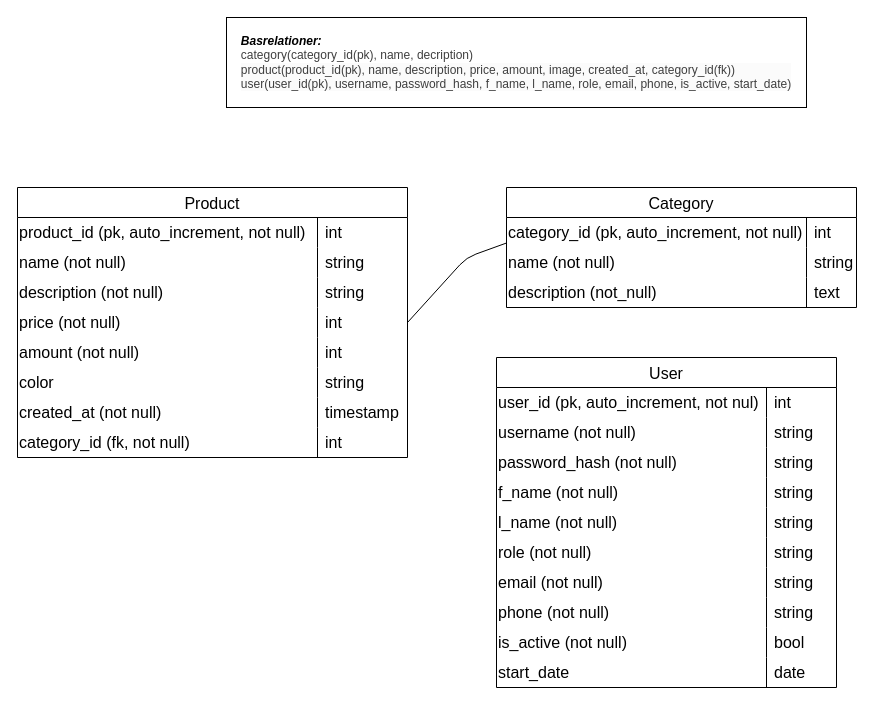
Above: er-diagram.drawio in gustafsson96/project-dt193g-backend (draw.io), before the change. Source tidied: cells renumbered, new cells numbered last; positions are measured from the earlier drawing's top-left corner, leaving out a move shared by most shapes. Both pictures are drawn from the tidied source at 100%, with x=0, y=0 at pixel (17, 17).
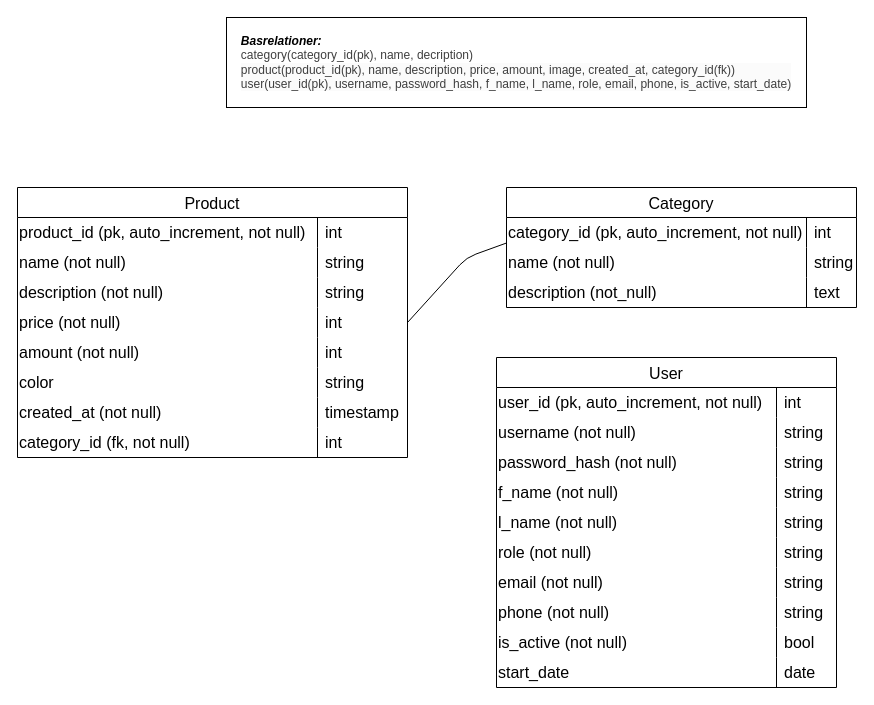
Above is the later version.

Commit message:
Fix typo in ER diagram

Unchanged cells that the change refers to:
```xml
<mxCell id="38" style="shape=tableRow;horizontal=0;startSize=0;swimlaneHead=0;swimlaneBody=0;top=0;left=0;bottom=0;right=0;fillColor=none;strokeColor=inherit;fontSize=16;" parent="37" vertex="1">
  <mxGeometry y="30" width="340" height="30" as="geometry" />
</mxCell>
<mxCell id="41" style="shape=tableRow;horizontal=0;startSize=0;swimlaneHead=0;swimlaneBody=0;top=0;left=0;bottom=0;right=0;fillColor=none;strokeColor=inherit;fontSize=16;" parent="37" vertex="1">
  <mxGeometry y="60" width="340" height="30" as="geometry" />
</mxCell>
<mxCell id="44" style="shape=tableRow;horizontal=0;startSize=0;swimlaneHead=0;swimlaneBody=0;top=0;left=0;bottom=0;right=0;fillColor=none;strokeColor=inherit;fontSize=16;" parent="37" vertex="1">
  <mxGeometry y="90" width="340" height="30" as="geometry" />
</mxCell>
<mxCell id="47" style="shape=tableRow;horizontal=0;startSize=0;swimlaneHead=0;swimlaneBody=0;top=0;left=0;bottom=0;right=0;fillColor=none;strokeColor=inherit;fontSize=16;" parent="37" vertex="1">
  <mxGeometry y="120" width="340" height="30" as="geometry" />
</mxCell>
<mxCell id="50" style="shape=tableRow;horizontal=0;startSize=0;swimlaneHead=0;swimlaneBody=0;top=0;left=0;bottom=0;right=0;fillColor=none;strokeColor=inherit;fontSize=16;" parent="37" vertex="1">
  <mxGeometry y="150" width="340" height="30" as="geometry" />
</mxCell>
<mxCell id="53" style="shape=tableRow;horizontal=0;startSize=0;swimlaneHead=0;swimlaneBody=0;top=0;left=0;bottom=0;right=0;fillColor=none;strokeColor=inherit;fontSize=16;" parent="37" vertex="1">
  <mxGeometry y="180" width="340" height="30" as="geometry" />
</mxCell>
<mxCell id="56" style="shape=tableRow;horizontal=0;startSize=0;swimlaneHead=0;swimlaneBody=0;top=0;left=0;bottom=0;right=0;fillColor=none;strokeColor=inherit;fontSize=16;" parent="37" vertex="1">
  <mxGeometry y="210" width="340" height="30" as="geometry" />
</mxCell>
<mxCell id="59" style="shape=tableRow;horizontal=0;startSize=0;swimlaneHead=0;swimlaneBody=0;top=0;left=0;bottom=0;right=0;fillColor=none;strokeColor=inherit;fontSize=16;" parent="37" vertex="1">
  <mxGeometry y="240" width="340" height="30" as="geometry" />
</mxCell>
<mxCell id="62" style="shape=tableRow;horizontal=0;startSize=0;swimlaneHead=0;swimlaneBody=0;top=0;left=0;bottom=0;right=0;fillColor=none;strokeColor=inherit;fontSize=16;" parent="37" vertex="1">
  <mxGeometry y="270" width="340" height="30" as="geometry" />
</mxCell>
<mxCell id="65" style="shape=tableRow;horizontal=0;startSize=0;swimlaneHead=0;swimlaneBody=0;top=0;left=0;bottom=0;right=0;fillColor=none;strokeColor=inherit;fontSize=16;" parent="37" vertex="1">
  <mxGeometry y="300" width="340" height="30" as="geometry" />
</mxCell>
```

Diff of the diagram source:
```diff
@@
-    <mxCell id="39" value="user_id (&lt;span style=&quot;color: rgb(0, 0, 0);&quot;&gt;pk, auto_increment, not nul&lt;/span&gt;)" style="shape=partialRectangle;html=1;whiteSpace=wrap;fillColor=none;top=0;left=0;bottom=0;right=0;overflow=hidden;strokeColor=inherit;fontSize=16;align=left;" parent="38" vertex="1">
-      <mxGeometry width="270" height="30" as="geometry" />
+    <mxCell id="39" value="user_id (&lt;span style=&quot;color: rgb(0, 0, 0);&quot;&gt;pk, auto_increment, not null&lt;/span&gt;)" style="shape=partialRectangle;html=1;whiteSpace=wrap;fillColor=none;top=0;left=0;bottom=0;right=0;overflow=hidden;strokeColor=inherit;fontSize=16;align=left;" parent="38" vertex="1">
+      <mxGeometry width="280" height="30" as="geometry" />
     </mxCell>
     <mxCell id="40" value="int" style="shape=partialRectangle;html=1;whiteSpace=wrap;fillColor=none;top=0;left=0;bottom=0;right=0;align=left;spacingLeft=6;overflow=hidden;strokeColor=inherit;fontSize=16;" parent="38" vertex="1">
-      <mxGeometry x="270" width="70" height="30" as="geometry" />
+      <mxGeometry x="280" width="60" height="30" as="geometry" />
     </mxCell>
@@
     <mxCell id="42" value="&lt;span style=&quot;color: rgb(0, 0, 0);&quot;&gt;username (not null)&lt;/span&gt;" style="shape=partialRectangle;html=1;whiteSpace=wrap;fillColor=none;top=0;left=0;bottom=0;right=0;overflow=hidden;strokeColor=inherit;fontSize=16;align=left;" parent="41" vertex="1">
-      <mxGeometry width="270" height="30" as="geometry" />
+      <mxGeometry width="280" height="30" as="geometry" />
     </mxCell>
     <mxCell id="43" value="&lt;span style=&quot;color: rgb(0, 0, 0);&quot;&gt;string&lt;/span&gt;" style="shape=partialRectangle;html=1;whiteSpace=wrap;fillColor=none;top=0;left=0;bottom=0;right=0;align=left;spacingLeft=6;overflow=hidden;strokeColor=inherit;fontSize=16;" parent="41" vertex="1">
-      <mxGeometry x="270" width="70" height="30" as="geometry" />
+      <mxGeometry x="280" width="60" height="30" as="geometry" />
     </mxCell>
@@
     <mxCell id="45" value="password_hash&lt;span style=&quot;color: rgb(0, 0, 0);&quot;&gt;&amp;nbsp;(not null)&lt;/span&gt;" style="shape=partialRectangle;html=1;whiteSpace=wrap;fillColor=none;top=0;left=0;bottom=0;right=0;overflow=hidden;strokeColor=inherit;fontSize=16;align=left;" parent="44" vertex="1">
-      <mxGeometry width="270" height="30" as="geometry" />
+      <mxGeometry width="280" height="30" as="geometry" />
     </mxCell>
     <mxCell id="46" value="&lt;span style=&quot;color: rgb(0, 0, 0);&quot;&gt;string&lt;/span&gt;" style="shape=partialRectangle;html=1;whiteSpace=wrap;fillColor=none;top=0;left=0;bottom=0;right=0;align=left;spacingLeft=6;overflow=hidden;strokeColor=inherit;fontSize=16;" parent="44" vertex="1">
-      <mxGeometry x="270" width="70" height="30" as="geometry" />
+      <mxGeometry x="280" width="60" height="30" as="geometry" />
     </mxCell>
@@
     <mxCell id="48" value="f_name&lt;span style=&quot;color: rgb(0, 0, 0);&quot;&gt;&amp;nbsp;(not null)&lt;/span&gt;" style="shape=partialRectangle;html=1;whiteSpace=wrap;fillColor=none;top=0;left=0;bottom=0;right=0;overflow=hidden;strokeColor=inherit;fontSize=16;align=left;" parent="47" vertex="1">
-      <mxGeometry width="270" height="30" as="geometry" />
+      <mxGeometry width="280" height="30" as="geometry" />
     </mxCell>
     <mxCell id="49" value="&lt;span style=&quot;color: rgb(0, 0, 0);&quot;&gt;string&lt;/span&gt;" style="shape=partialRectangle;html=1;whiteSpace=wrap;fillColor=none;top=0;left=0;bottom=0;right=0;align=left;spacingLeft=6;overflow=hidden;strokeColor=inherit;fontSize=16;" parent="47" vertex="1">
-      <mxGeometry x="270" width="70" height="30" as="geometry" />
+      <mxGeometry x="280" width="60" height="30" as="geometry" />
     </mxCell>
@@
     <mxCell id="51" value="l_name&lt;span style=&quot;color: rgb(0, 0, 0);&quot;&gt;&amp;nbsp;(not null)&lt;/span&gt;" style="shape=partialRectangle;html=1;whiteSpace=wrap;fillColor=none;top=0;left=0;bottom=0;right=0;overflow=hidden;strokeColor=inherit;fontSize=16;align=left;" parent="50" vertex="1">
-      <mxGeometry width="270" height="30" as="geometry" />
+      <mxGeometry width="280" height="30" as="geometry" />
     </mxCell>
     <mxCell id="52" value="&lt;span style=&quot;color: rgb(0, 0, 0);&quot;&gt;string&lt;/span&gt;" style="shape=partialRectangle;html=1;whiteSpace=wrap;fillColor=none;top=0;left=0;bottom=0;right=0;align=left;spacingLeft=6;overflow=hidden;strokeColor=inherit;fontSize=16;" parent="50" vertex="1">
-      <mxGeometry x="270" width="70" height="30" as="geometry" />
+      <mxGeometry x="280" width="60" height="30" as="geometry" />
     </mxCell>
@@
     <mxCell id="54" value="role&lt;span style=&quot;color: rgb(0, 0, 0);&quot;&gt;&amp;nbsp;(not null)&lt;/span&gt;" style="shape=partialRectangle;html=1;whiteSpace=wrap;fillColor=none;top=0;left=0;bottom=0;right=0;overflow=hidden;strokeColor=inherit;fontSize=16;align=left;" parent="53" vertex="1">
-      <mxGeometry width="270" height="30" as="geometry" />
+      <mxGeometry width="280" height="30" as="geometry" />
     </mxCell>
     <mxCell id="55" value="&lt;span style=&quot;color: rgb(0, 0, 0);&quot;&gt;string&lt;/span&gt;" style="shape=partialRectangle;html=1;whiteSpace=wrap;fillColor=none;top=0;left=0;bottom=0;right=0;align=left;spacingLeft=6;overflow=hidden;strokeColor=inherit;fontSize=16;" parent="53" vertex="1">
-      <mxGeometry x="270" width="70" height="30" as="geometry" />
+      <mxGeometry x="280" width="60" height="30" as="geometry" />
     </mxCell>
@@
     <mxCell id="57" value="email&amp;nbsp;&lt;span style=&quot;color: rgb(0, 0, 0);&quot;&gt;(not null)&lt;/span&gt;" style="shape=partialRectangle;html=1;whiteSpace=wrap;fillColor=none;top=0;left=0;bottom=0;right=0;overflow=hidden;strokeColor=inherit;fontSize=16;align=left;" parent="56" vertex="1">
-      <mxGeometry width="270" height="30" as="geometry" />
+      <mxGeometry width="280" height="30" as="geometry" />
     </mxCell>
     <mxCell id="58" value="&lt;span style=&quot;color: rgb(0, 0, 0);&quot;&gt;string&lt;/span&gt;" style="shape=partialRectangle;html=1;whiteSpace=wrap;fillColor=none;top=0;left=0;bottom=0;right=0;align=left;spacingLeft=6;overflow=hidden;strokeColor=inherit;fontSize=16;" parent="56" vertex="1">
-      <mxGeometry x="270" width="70" height="30" as="geometry" />
+      <mxGeometry x="280" width="60" height="30" as="geometry" />
     </mxCell>
@@
     <mxCell id="60" value="phone&amp;nbsp;&lt;span style=&quot;color: rgb(0, 0, 0);&quot;&gt;(not null)&lt;/span&gt;" style="shape=partialRectangle;html=1;whiteSpace=wrap;fillColor=none;top=0;left=0;bottom=0;right=0;overflow=hidden;strokeColor=inherit;fontSize=16;align=left;" parent="59" vertex="1">
-      <mxGeometry width="270" height="30" as="geometry" />
+      <mxGeometry width="280" height="30" as="geometry" />
     </mxCell>
     <mxCell id="61" value="&lt;span style=&quot;color: rgb(0, 0, 0);&quot;&gt;string&lt;/span&gt;" style="shape=partialRectangle;html=1;whiteSpace=wrap;fillColor=none;top=0;left=0;bottom=0;right=0;align=left;spacingLeft=6;overflow=hidden;strokeColor=inherit;fontSize=16;" parent="59" vertex="1">
-      <mxGeometry x="270" width="70" height="30" as="geometry" />
+      <mxGeometry x="280" width="60" height="30" as="geometry" />
     </mxCell>
@@
     <mxCell id="63" value="is_active&amp;nbsp;&lt;span style=&quot;color: rgb(0, 0, 0);&quot;&gt;(not null)&lt;/span&gt;" style="shape=partialRectangle;html=1;whiteSpace=wrap;fillColor=none;top=0;left=0;bottom=0;right=0;overflow=hidden;strokeColor=inherit;fontSize=16;align=left;" parent="62" vertex="1">
-      <mxGeometry width="270" height="30" as="geometry" />
+      <mxGeometry width="280" height="30" as="geometry" />
     </mxCell>
     <mxCell id="64" value="bool" style="shape=partialRectangle;html=1;whiteSpace=wrap;fillColor=none;top=0;left=0;bottom=0;right=0;align=left;spacingLeft=6;overflow=hidden;strokeColor=inherit;fontSize=16;" parent="62" vertex="1">
-      <mxGeometry x="270" width="70" height="30" as="geometry" />
+      <mxGeometry x="280" width="60" height="30" as="geometry" />
     </mxCell>
@@
     <mxCell id="66" value="start_date" style="shape=partialRectangle;html=1;whiteSpace=wrap;fillColor=none;top=0;left=0;bottom=0;right=0;overflow=hidden;strokeColor=inherit;fontSize=16;align=left;" parent="65" vertex="1">
-      <mxGeometry width="270" height="30" as="geometry" />
+      <mxGeometry width="280" height="30" as="geometry" />
     </mxCell>
     <mxCell id="67" value="date" style="shape=partialRectangle;html=1;whiteSpace=wrap;fillColor=none;top=0;left=0;bottom=0;right=0;align=left;spacingLeft=6;overflow=hidden;strokeColor=inherit;fontSize=16;" parent="65" vertex="1">
-      <mxGeometry x="270" width="70" height="30" as="geometry" />
+      <mxGeometry x="280" width="60" height="30" as="geometry" />
     </mxCell>
```
